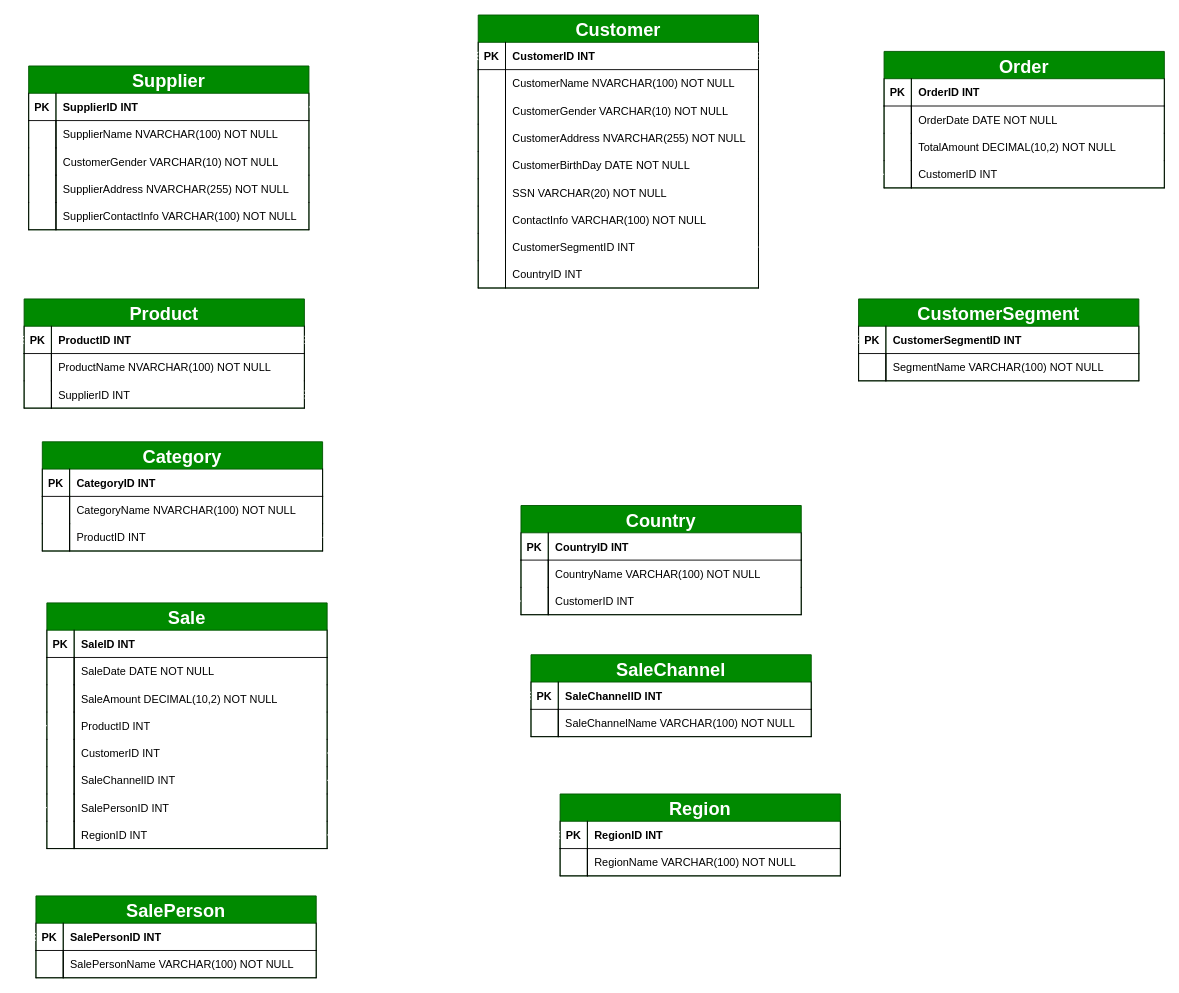
Earlier version of the draw.io diagram 04DrawIO/Sales.drawio (KristoferFangrat/ExamAssignment). Source tidied: cells renumbered, new cells numbered last; positions are measured from the earlier drawing's top-left corner, leaving out a move shared by most shapes. Both pictures are drawn from the tidied source at 91%, with x=0, y=0 at pixel (24, 15).
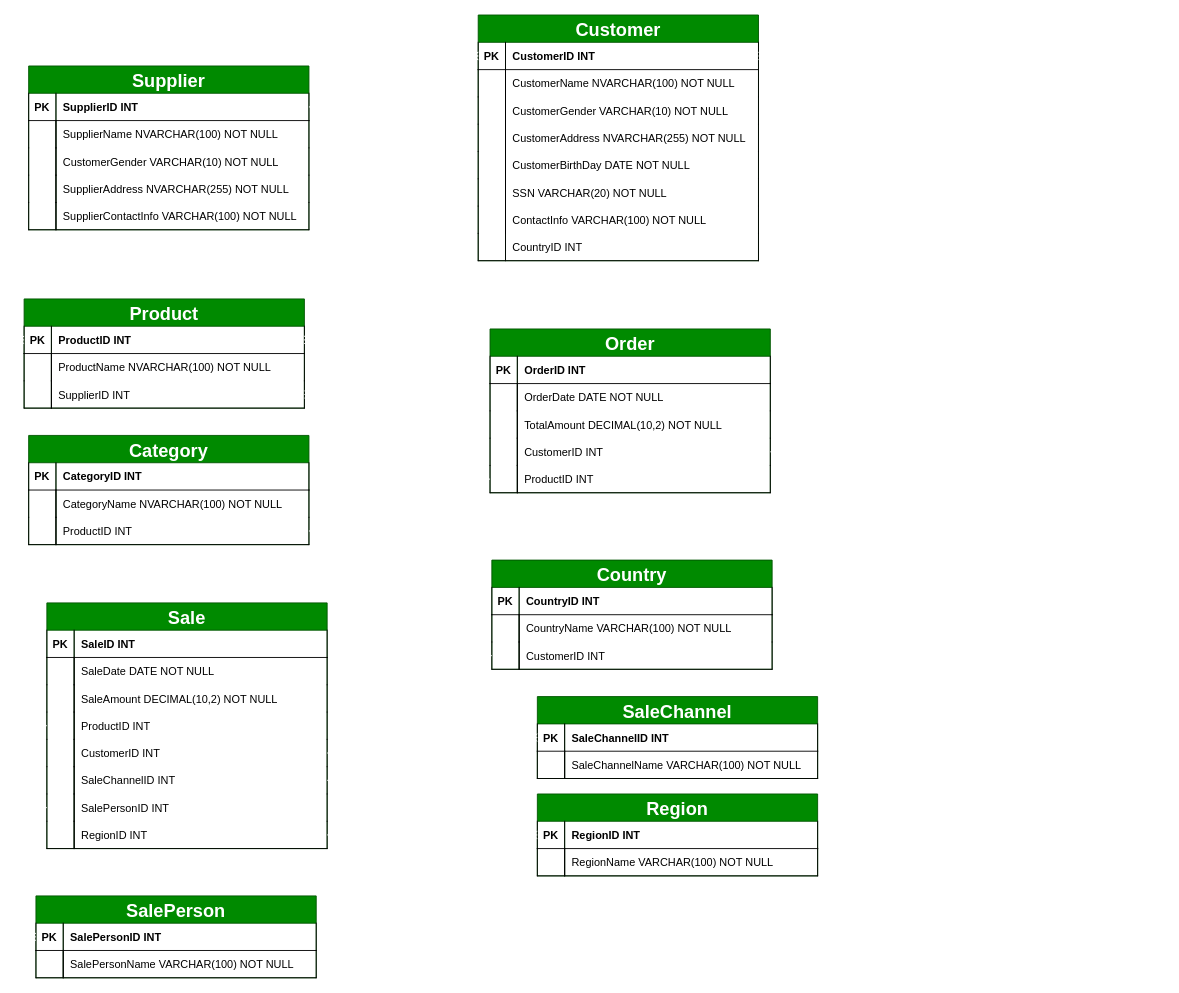
The same page after the edit.

Commit message (it also covers changes not shown here):
Adjust dimensions and edge styles in PhantomFestivities.drawio

The change refers to these unchanged cells:
```xml
<mxCell id="3" style="shape=tableRow;horizontal=0;startSize=0;swimlaneHead=0;swimlaneBody=0;fillColor=none;points=[[0,0.5],[1,0.5]];portConstraint=eastwest;top=0;left=0;right=0;bottom=1;sketch=0;hachureGap=4;jiggle=2;curveFitting=1;fontFamily=Architects Daughter;fontSize=20;" parent="2" vertex="1">
  <mxGeometry y="30" width="308" height="30" as="geometry" />
</mxCell>
<mxCell id="31" style="shape=tableRow;horizontal=0;startSize=0;swimlaneHead=0;swimlaneBody=0;fillColor=none;points=[[0,0.5],[1,0.5]];portConstraint=eastwest;top=0;left=0;right=0;bottom=1;sketch=0;hachureGap=4;jiggle=2;curveFitting=1;fontFamily=Architects Daughter;fontSize=20;" parent="30" vertex="1">
  <mxGeometry y="30" width="308" height="30" as="geometry" />
</mxCell>
<mxCell id="54" style="shape=tableRow;horizontal=0;startSize=0;swimlaneHead=0;swimlaneBody=0;fillColor=none;points=[[0,0.5],[1,0.5]];portConstraint=eastwest;top=0;left=0;right=0;bottom=1;sketch=0;hachureGap=4;jiggle=2;curveFitting=1;fontFamily=Architects Daughter;fontSize=20;" parent="53" vertex="1">
  <mxGeometry y="30" width="308" height="30" as="geometry" />
</mxCell>
<mxCell id="60" style="shape=tableRow;horizontal=0;startSize=0;swimlaneHead=0;swimlaneBody=0;fillColor=none;points=[[0,0.5],[1,0.5]];portConstraint=eastwest;top=0;left=0;right=0;bottom=1;sketch=0;hachureGap=4;jiggle=2;curveFitting=1;fontFamily=Architects Daughter;fontSize=20;" parent="53" vertex="1">
  <mxGeometry y="90" width="308" height="30" as="geometry" />
</mxCell>
<mxCell id="70" style="shape=tableRow;horizontal=0;startSize=0;swimlaneHead=0;swimlaneBody=0;fillColor=none;points=[[0,0.5],[1,0.5]];portConstraint=eastwest;top=0;left=0;right=0;bottom=1;sketch=0;hachureGap=4;jiggle=2;curveFitting=1;fontFamily=Architects Daughter;fontSize=20;" parent="63" vertex="1">
  <mxGeometry y="90" width="308" height="30" as="geometry" />
</mxCell>
<mxCell id="80" style="shape=tableRow;horizontal=0;startSize=0;swimlaneHead=0;swimlaneBody=0;fillColor=none;points=[[0,0.5],[1,0.5]];portConstraint=eastwest;top=0;left=0;right=0;bottom=1;sketch=0;hachureGap=4;jiggle=2;curveFitting=1;fontFamily=Architects Daughter;fontSize=20;" parent="73" vertex="1">
  <mxGeometry y="90" width="308" height="30" as="geometry" />
</mxCell>
<mxCell id="97" style="shape=tableRow;horizontal=0;startSize=0;swimlaneHead=0;swimlaneBody=0;fillColor=none;points=[[0,0.5],[1,0.5]];portConstraint=eastwest;top=0;left=0;right=0;bottom=1;sketch=0;hachureGap=4;jiggle=2;curveFitting=1;fontFamily=Architects Daughter;fontSize=20;" parent="96" vertex="1">
  <mxGeometry y="30" width="308" height="30" as="geometry" />
</mxCell>
<mxCell id="130" style="shape=tableRow;horizontal=0;startSize=0;swimlaneHead=0;swimlaneBody=0;fillColor=none;points=[[0,0.5],[1,0.5]];portConstraint=eastwest;top=0;left=0;right=0;bottom=0;sketch=0;hachureGap=4;jiggle=2;curveFitting=1;fontFamily=Architects Daughter;fontSize=20;" parent="117" vertex="1">
  <mxGeometry y="150" width="308" height="30" as="geometry" />
</mxCell>
<mxCell id="133" style="shape=tableRow;horizontal=0;startSize=0;swimlaneHead=0;swimlaneBody=0;fillColor=none;points=[[0,0.5],[1,0.5]];portConstraint=eastwest;top=0;left=0;right=0;bottom=0;sketch=0;hachureGap=4;jiggle=2;curveFitting=1;fontFamily=Architects Daughter;fontSize=20;" parent="117" vertex="1">
  <mxGeometry y="180" width="308" height="30" as="geometry" />
</mxCell>
```

The edit, as a diff of the source:
```diff
@@
     <mxCell id="2" value="Customer" style="shape=table;startSize=30;childLayout=tableLayout;rowLines=0;fontStyle=1;align=center;sketch=0;hachureGap=4;jiggle=2;curveFitting=1;fontFamily=Helvetica;fontSize=20;swimlaneLine=1;rounded=0;fillColor=#008a00;fontColor=#ffffff;strokeColor=#005700;" parent="1" vertex="1">
-      <mxGeometry x="499" width="308" height="300" as="geometry" />
+      <mxGeometry x="499" width="308" height="270" as="geometry" />
     </mxCell>
@@
-    <mxCell id="24" style="shape=tableRow;horizontal=0;startSize=0;swimlaneHead=0;swimlaneBody=0;fillColor=none;points=[[0,0.5],[1,0.5]];portConstraint=eastwest;top=0;left=0;right=0;bottom=0;sketch=0;hachureGap=4;jiggle=2;curveFitting=1;fontFamily=Architects Daughter;fontSize=20;" parent="2" vertex="1">
-      <mxGeometry y="240" width="308" height="30" as="geometry" />
-    </mxCell>
-    <mxCell id="25" style="shape=partialRectangle;fillColor=none;top=0;left=1;bottom=0;right=0;overflow=hidden;sketch=0;hachureGap=4;jiggle=2;curveFitting=1;fontFamily=Helvetica;fontSize=20;" parent="24" vertex="1">
-      <mxGeometry width="30" height="30" as="geometry" />
-    </mxCell>
-    <mxCell id="26" value="CustomerSegmentID INT" style="shape=partialRectangle;fillColor=none;top=0;left=1;bottom=0;right=1;align=left;spacingLeft=6;overflow=hidden;sketch=0;hachureGap=4;jiggle=2;curveFitting=1;fontFamily=Helvetica;fontSize=12;" parent="24" vertex="1">
-      <mxGeometry x="30" width="278" height="30" as="geometry" />
-    </mxCell>
     <mxCell id="27" style="shape=tableRow;horizontal=0;startSize=0;swimlaneHead=0;swimlaneBody=0;fillColor=none;top=0;left=0;right=0;bottom=1;sketch=0;hachureGap=4;jiggle=2;curveFitting=1;fontFamily=Architects Daughter;fontSize=20;" parent="2" vertex="1">
-      <mxGeometry y="270" width="308" height="30" as="geometry" />
+      <mxGeometry y="240" width="308" height="30" as="geometry" />
     </mxCell>
@@
-    <mxCell id="46" value="CustomerSegment" style="shape=table;startSize=30;childLayout=tableLayout;rowLines=0;fontStyle=1;align=center;sketch=0;hachureGap=4;jiggle=2;curveFitting=1;fontFamily=Helvetica;fontSize=20;swimlaneLine=1;rounded=0;fillColor=#008a00;fontColor=#ffffff;strokeColor=#005700;" parent="1" vertex="1">
-      <mxGeometry x="917" y="312" width="308" height="90" as="geometry" />
-    </mxCell>
-    <mxCell id="47" style="shape=tableRow;horizontal=0;startSize=0;swimlaneHead=0;swimlaneBody=0;fillColor=none;points=[[0,0.5],[1,0.5]];portConstraint=eastwest;top=0;left=0;right=0;bottom=1;sketch=0;hachureGap=4;jiggle=2;curveFitting=1;fontFamily=Architects Daughter;fontSize=20;" parent="46" vertex="1">
-      <mxGeometry y="30" width="308" height="30" as="geometry" />
-    </mxCell>
-    <mxCell id="48" value="PK" style="shape=partialRectangle;fillColor=none;top=0;left=1;bottom=0;right=0;fontStyle=1;overflow=hidden;sketch=0;hachureGap=4;jiggle=2;curveFitting=1;fontFamily=Helvetica;fontSize=12;" parent="47" vertex="1">
-      <mxGeometry width="30" height="30" as="geometry" />
-    </mxCell>
-    <mxCell id="49" value="CustomerSegmentID INT" style="shape=partialRectangle;fillColor=none;top=0;left=1;bottom=0;right=1;align=left;spacingLeft=6;fontStyle=1;overflow=hidden;sketch=0;hachureGap=4;jiggle=2;curveFitting=1;fontFamily=Helvetica;fontSize=12;" parent="47" vertex="1">
-      <mxGeometry x="30" width="278" height="30" as="geometry" />
-    </mxCell>
-    <mxCell id="50" style="shape=tableRow;horizontal=0;startSize=0;swimlaneHead=0;swimlaneBody=0;fillColor=none;top=0;left=0;right=0;bottom=1;sketch=0;hachureGap=4;jiggle=2;curveFitting=1;fontFamily=Architects Daughter;fontSize=20;" parent="46" vertex="1">
-      <mxGeometry y="60" width="308" height="30" as="geometry" />
-    </mxCell>
-    <mxCell id="51" style="shape=partialRectangle;fillColor=none;top=0;left=1;bottom=0;right=1;overflow=hidden;sketch=0;hachureGap=4;jiggle=2;curveFitting=1;fontFamily=Helvetica;fontSize=20;" parent="50" vertex="1">
-      <mxGeometry width="30" height="30" as="geometry" />
-    </mxCell>
-    <mxCell id="52" value="SegmentName VARCHAR(100) NOT NULL" style="shape=partialRectangle;fillColor=none;top=0;left=1;bottom=0;right=1;align=left;spacingLeft=6;overflow=hidden;sketch=0;hachureGap=4;jiggle=2;curveFitting=1;fontFamily=Helvetica;fontSize=12;" parent="50" vertex="1">
-      <mxGeometry x="30" width="278" height="30" as="geometry" />
-    </mxCell>
@@
     <mxCell id="63" value="Category" style="shape=table;startSize=30;childLayout=tableLayout;rowLines=0;fontStyle=1;align=center;sketch=0;hachureGap=4;jiggle=2;curveFitting=1;fontFamily=Helvetica;fontSize=20;swimlaneLine=1;rounded=0;fillColor=#008a00;fontColor=#ffffff;strokeColor=#005700;" parent="1" vertex="1">
-      <mxGeometry x="20" y="469" width="308" height="120" as="geometry" />
+      <mxGeometry x="5" y="462" width="308" height="120" as="geometry" />
     </mxCell>
@@
     <mxCell id="73" value="Country" style="shape=table;startSize=30;childLayout=tableLayout;rowLines=0;fontStyle=1;align=center;sketch=0;hachureGap=4;jiggle=2;curveFitting=1;fontFamily=Helvetica;fontSize=20;swimlaneLine=1;rounded=0;fillColor=#008a00;fontColor=#ffffff;strokeColor=#005700;" parent="1" vertex="1">
-      <mxGeometry x="546" y="539" width="308" height="120" as="geometry" />
+      <mxGeometry x="514" y="599" width="308" height="120" as="geometry" />
     </mxCell>
@@
     <mxCell id="83" value="Order" style="shape=table;startSize=30;childLayout=tableLayout;rowLines=0;fontStyle=1;align=center;sketch=0;hachureGap=4;jiggle=2;curveFitting=1;fontFamily=Helvetica;fontSize=20;swimlaneLine=1;rounded=0;fillColor=#008a00;fontColor=#ffffff;strokeColor=#005700;" parent="1" vertex="1">
-      <mxGeometry x="945" y="40" width="308" height="150" as="geometry" />
+      <mxGeometry x="512" y="345" width="308" height="180" as="geometry" />
     </mxCell>
@@
-    <mxCell id="93" style="shape=tableRow;horizontal=0;startSize=0;swimlaneHead=0;swimlaneBody=0;fillColor=none;points=[[0,0.5],[1,0.5]];portConstraint=eastwest;top=0;left=0;right=0;bottom=1;sketch=0;hachureGap=4;jiggle=2;curveFitting=1;fontFamily=Architects Daughter;fontSize=20;" parent="83" vertex="1">
+    <mxCell id="93" style="shape=tableRow;horizontal=0;startSize=0;swimlaneHead=0;swimlaneBody=0;fillColor=none;points=[[0,0.5],[1,0.5]];portConstraint=eastwest;top=0;left=0;right=0;bottom=0;sketch=0;hachureGap=4;jiggle=2;curveFitting=1;fontFamily=Architects Daughter;fontSize=20;" parent="83" vertex="1">
       <mxGeometry y="120" width="308" height="30" as="geometry" />
     </mxCell>
@@
+    <mxCell id="152" style="shape=tableRow;horizontal=0;startSize=0;swimlaneHead=0;swimlaneBody=0;fillColor=none;points=[[0,0.5],[1,0.5]];portConstraint=eastwest;top=0;left=0;right=0;bottom=1;sketch=0;hachureGap=4;jiggle=2;curveFitting=1;fontFamily=Architects Daughter;fontSize=20;" parent="83" vertex="1">
+      <mxGeometry y="150" width="308" height="30" as="geometry" />
+    </mxCell>
+    <mxCell id="51" style="shape=partialRectangle;fillColor=none;top=0;left=1;bottom=0;right=1;overflow=hidden;sketch=0;hachureGap=4;jiggle=2;curveFitting=1;fontFamily=Helvetica;fontSize=20;" parent="152" vertex="1">
+      <mxGeometry width="30" height="30" as="geometry" />
+    </mxCell>
+    <mxCell id="153" value="ProductID INT" style="shape=partialRectangle;fillColor=none;top=0;left=1;bottom=0;right=1;align=left;spacingLeft=6;overflow=hidden;sketch=0;hachureGap=4;jiggle=2;curveFitting=1;fontFamily=Helvetica;fontSize=12;" parent="152" vertex="1">
+      <mxGeometry x="30" width="278" height="30" as="geometry" />
+    </mxCell>
     <mxCell id="96" value="SaleChannel" style="shape=table;startSize=30;childLayout=tableLayout;rowLines=0;fontStyle=1;align=center;sketch=0;hachureGap=4;jiggle=2;curveFitting=1;fontFamily=Helvetica;fontSize=20;swimlaneLine=1;rounded=0;fillColor=#008a00;fontColor=#ffffff;strokeColor=#005700;" parent="1" vertex="1">
-      <mxGeometry x="557" y="703" width="308" height="90" as="geometry" />
+      <mxGeometry x="564" y="749" width="308" height="90" as="geometry" />
     </mxCell>
@@
     <mxCell id="110" value="Region" style="shape=table;startSize=30;childLayout=tableLayout;rowLines=0;fontStyle=1;align=center;sketch=0;hachureGap=4;jiggle=2;curveFitting=1;fontFamily=Helvetica;fontSize=20;swimlaneLine=1;rounded=0;fillColor=#008a00;fontColor=#ffffff;strokeColor=#005700;" parent="1" vertex="1">
-      <mxGeometry x="589" y="856" width="308" height="90" as="geometry" />
+      <mxGeometry x="564" y="856" width="308" height="90" as="geometry" />
     </mxCell>
@@
     <mxCell id="142" style="edgeStyle=orthogonalEdgeStyle;shape=connector;rounded=0;sketch=0;hachureGap=4;jiggle=2;curveFitting=1;html=1;exitX=1;exitY=0.5;exitDx=0;exitDy=0;entryX=1;entryY=0.5;entryDx=0;entryDy=0;labelBackgroundColor=default;strokeColor=#FFFFFF;fontFamily=Architects Daughter;fontSize=16;fontColor=default;startArrow=ERzeroToMany;startFill=0;endArrow=ERone;endFill=0;" parent="1" edge="1" source="60" target="31">
-      <mxGeometry relative="1" as="geometry" />
+      <mxGeometry relative="1" as="geometry">
+        <Array as="points">
+          <mxPoint x="403" y="417" />
+          <mxPoint x="403" y="101" />
+        </Array>
+      </mxGeometry>
     </mxCell>
     <mxCell id="143" style="edgeStyle=orthogonalEdgeStyle;shape=connector;rounded=0;sketch=0;hachureGap=4;jiggle=2;curveFitting=1;html=1;exitX=1;exitY=0.5;exitDx=0;exitDy=0;entryX=1;entryY=0.5;entryDx=0;entryDy=0;labelBackgroundColor=default;strokeColor=#FFFFFF;fontFamily=Architects Daughter;fontSize=16;fontColor=default;startArrow=ERone;startFill=0;endArrow=ERoneToMany;endFill=0;" parent="1" edge="1" source="70" target="54">
       <mxGeometry relative="1" as="geometry">
         <Array as="points">
-          <mxPoint x="489" y="574" />
-          <mxPoint x="489" y="417" />
-          <mxPoint x="323" y="417" />
-          <mxPoint x="323" y="357" />
+          <mxPoint x="403" y="567" />
+          <mxPoint x="403" y="357" />
         </Array>
       </mxGeometry>
     </mxCell>
-    <mxCell id="144" style="edgeStyle=orthogonalEdgeStyle;shape=connector;rounded=0;sketch=0;hachureGap=4;jiggle=2;curveFitting=1;html=1;exitX=1;exitY=0.5;exitDx=0;exitDy=0;entryX=0;entryY=0.5;entryDx=0;entryDy=0;labelBackgroundColor=default;strokeColor=#FFFFFF;fontFamily=Architects Daughter;fontSize=16;fontColor=default;startArrow=ERone;startFill=0;endArrow=ERoneToMany;endFill=0;" parent="1" edge="1" source="24" target="47">
-      <mxGeometry relative="1" as="geometry">
-        <Array as="points">
-          <mxPoint x="871" y="255" />
-          <mxPoint x="871" y="357" />
-        </Array>
-      </mxGeometry>
-    </mxCell>
     <mxCell id="145" style="edgeStyle=orthogonalEdgeStyle;shape=connector;rounded=0;sketch=0;hachureGap=4;jiggle=2;curveFitting=1;html=1;exitX=0;exitY=0.5;exitDx=0;exitDy=0;entryX=0;entryY=0.5;entryDx=0;entryDy=0;labelBackgroundColor=default;strokeColor=#FFFFFF;fontFamily=Architects Daughter;fontSize=16;fontColor=default;startArrow=ERone;startFill=0;endArrow=ERoneToMany;endFill=0;" parent="1" edge="1" source="80" target="3">
-      <mxGeometry relative="1" as="geometry" />
+      <mxGeometry relative="1" as="geometry">
+        <Array as="points">
+          <mxPoint x="404" y="704" />
+          <mxPoint x="404" y="45" />
+        </Array>
+      </mxGeometry>
     </mxCell>
-    <mxCell id="146" style="edgeStyle=orthogonalEdgeStyle;shape=connector;rounded=0;sketch=0;hachureGap=4;jiggle=2;curveFitting=1;html=1;exitX=0;exitY=0.5;exitDx=0;exitDy=0;entryX=1;entryY=0.5;entryDx=0;entryDy=0;labelBackgroundColor=default;strokeColor=#FFFFFF;fontFamily=Architects Daughter;fontSize=16;fontColor=default;startArrow=ERone;startFill=0;endArrow=ERoneToMany;endFill=0;" parent="1" edge="1" source="93" target="3">
+    <mxCell id="146" style="edgeStyle=orthogonalEdgeStyle;shape=connector;rounded=0;sketch=0;hachureGap=4;jiggle=2;curveFitting=1;html=1;exitX=1;exitY=0.5;exitDx=0;exitDy=0;entryX=1;entryY=0.5;entryDx=0;entryDy=0;labelBackgroundColor=default;strokeColor=#FFFFFF;fontFamily=Architects Daughter;fontSize=16;fontColor=default;startArrow=ERone;startFill=0;endArrow=ERoneToMany;endFill=0;" parent="1" edge="1" source="93" target="3">
       <mxGeometry relative="1" as="geometry">
         <Array as="points">
-          <mxPoint x="871" y="175" />
+          <mxPoint x="871" y="480" />
           <mxPoint x="871" y="45" />
         </Array>
       </mxGeometry>
     </mxCell>
@@
     <mxCell id="148" style="edgeStyle=orthogonalEdgeStyle;shape=connector;rounded=0;sketch=0;hachureGap=4;jiggle=2;curveFitting=1;html=1;exitX=1;exitY=0.5;exitDx=0;exitDy=0;labelBackgroundColor=default;strokeColor=#FFFFFF;fontFamily=Architects Daughter;fontSize=16;fontColor=default;startArrow=ERone;startFill=0;endArrow=ERoneToMany;endFill=0;entryX=0;entryY=0.5;entryDx=0;entryDy=0;" parent="1" edge="1" source="130" target="3">
       <mxGeometry relative="1" as="geometry">
         <Array as="points">
-          <mxPoint x="488" y="811" />
-          <mxPoint x="488" y="45" />
+          <mxPoint x="403" y="811" />
+          <mxPoint x="403" y="45" />
         </Array>
       </mxGeometry>
     </mxCell>
     <mxCell id="149" style="edgeStyle=orthogonalEdgeStyle;shape=connector;rounded=0;sketch=0;hachureGap=4;jiggle=2;curveFitting=1;html=1;exitX=1;exitY=0.5;exitDx=0;exitDy=0;entryX=0;entryY=0.5;entryDx=0;entryDy=0;labelBackgroundColor=default;strokeColor=#FFFFFF;fontFamily=Architects Daughter;fontSize=16;fontColor=default;startArrow=ERone;startFill=0;endArrow=ERoneToMany;endFill=0;" parent="1" edge="1" source="133" target="97">
       <mxGeometry relative="1" as="geometry">
         <Array as="points">
           <mxPoint x="530" y="841" />
-          <mxPoint x="530" y="748" />
+          <mxPoint x="530" y="794" />
         </Array>
       </mxGeometry>
     </mxCell>
@@
+    <mxCell id="154" style="edgeStyle=orthogonalEdgeStyle;shape=connector;rounded=0;sketch=0;hachureGap=4;jiggle=2;curveFitting=1;html=1;exitX=1;exitY=0.5;exitDx=0;exitDy=0;entryX=0;entryY=0.5;entryDx=0;entryDy=0;labelBackgroundColor=default;strokeColor=#FFFFFF;fontFamily=Architects Daughter;fontSize=16;fontColor=default;startArrow=ERoneToMany;startFill=0;endArrow=ERone;endFill=0;" parent="1" edge="1" source="54" target="152">
+      <mxGeometry relative="1" as="geometry">
+        <Array as="points">
+          <mxPoint x="403" y="357" />
+          <mxPoint x="403" y="510" />
+        </Array>
+      </mxGeometry>
+    </mxCell>
```
